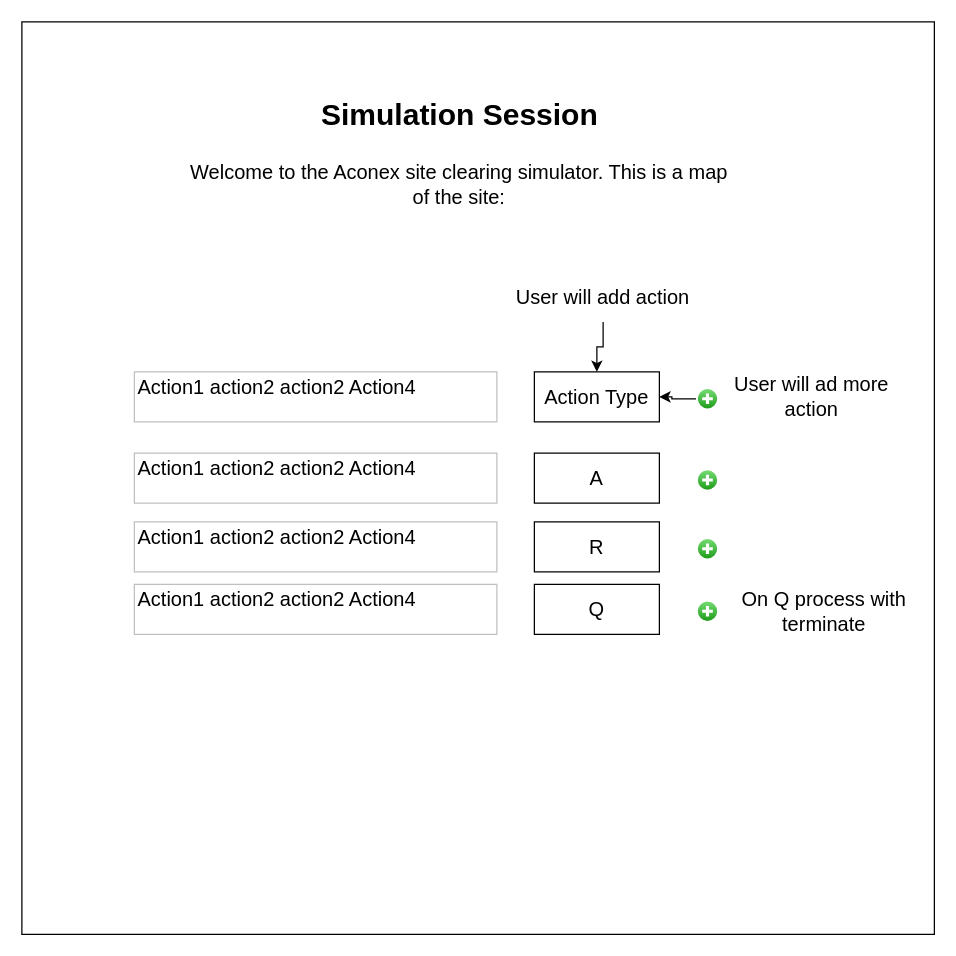
This is page "Main Page-after siteJSON upload" (2 of 2) of Task-1.drawio from amitjs2021/site-simulation, a draw.io file, before an edit. Source tidied: cells renumbered, new cells numbered last; positions are measured from the earlier drawing's top-left corner, leaving out a move shared by most shapes. Both pictures are drawn from the tidied source at 125%, with x=0, y=0 at pixel (21, 21).
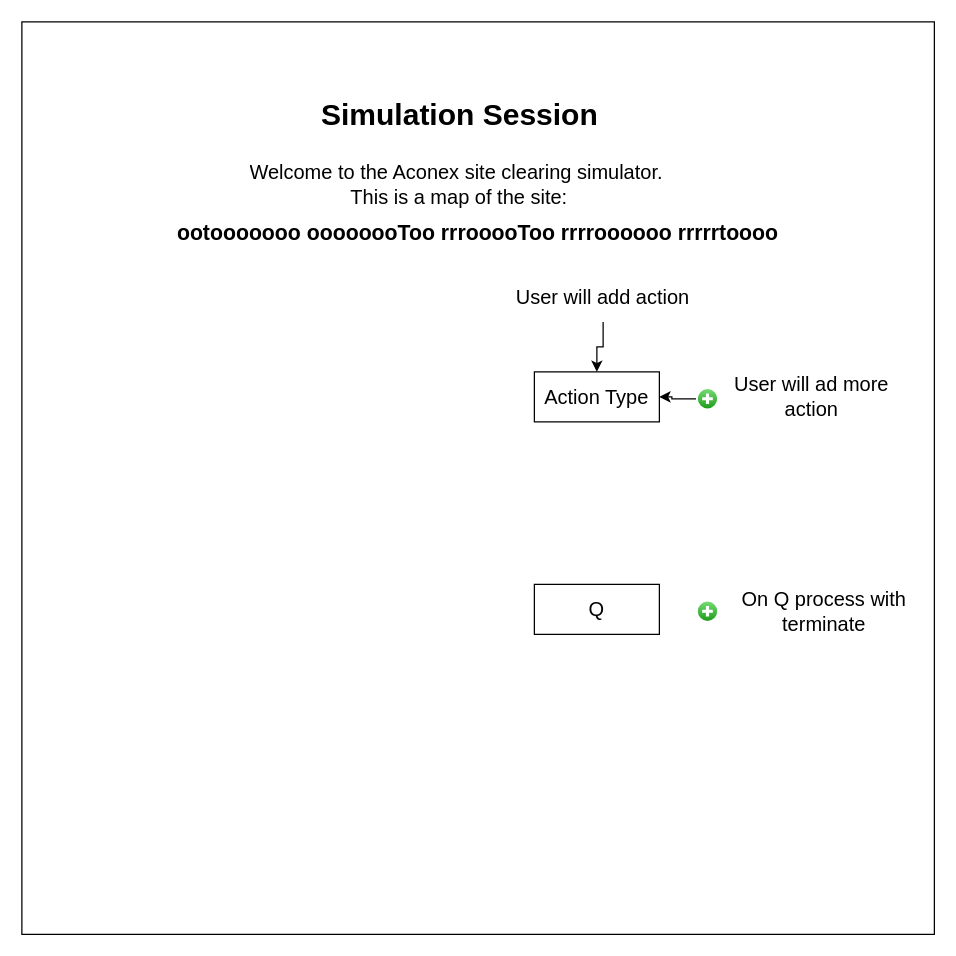
After the change.

Change to the diagram source:
```diff
@@
-    <mxCell id="2" style="whiteSpace=wrap;html=1;" parent="1" vertex="1">
+    <mxCell id="2" value="&lt;h3 class=&quot;iw&quot; style=&quot;overflow: hidden ; display: block ; font-size: 0.75rem ; font-weight: inherit ; margin: inherit ; text-overflow: ellipsis ; font-family: &amp;#34;roboto&amp;#34; , &amp;#34;robotodraft&amp;#34; , &amp;#34;helvetica&amp;#34; , &amp;#34;arial&amp;#34; , sans-serif ; letter-spacing: 0.3px ; color: rgb(95 , 99 , 104) ; line-height: 20px ; font-style: normal ; text-align: left ; text-indent: 0px ; text-transform: none ; word-spacing: 0px ; background-color: rgb(255 , 255 , 255)&quot;&gt;&lt;br&gt;&lt;/h3&gt;" style="whiteSpace=wrap;html=1;" parent="1" vertex="1">
       <mxGeometry width="730" height="730" as="geometry" />
     </mxCell>
@@
-    <mxCell id="4" value="&lt;div style=&quot;font-size: 16px;&quot;&gt;Welcome to the Aconex site clearing simulator. This is a map&lt;/div&gt;&lt;div style=&quot;font-size: 16px;&quot;&gt;of the site:&lt;/div&gt;" style="text;html=1;strokeColor=none;fillColor=none;align=center;verticalAlign=middle;whiteSpace=wrap;overflow=hidden;fontSize=16;" parent="1" vertex="1">
+    <mxCell id="4" value="&lt;div style=&quot;font-size: 16px&quot;&gt;Welcome to the Aconex site clearing simulator.&amp;nbsp;&lt;/div&gt;&lt;div style=&quot;font-size: 16px&quot;&gt;This is a map&amp;nbsp;&lt;span&gt;of the site:&lt;/span&gt;&lt;/div&gt;" style="text;html=1;strokeColor=none;fillColor=none;align=center;verticalAlign=middle;whiteSpace=wrap;overflow=hidden;fontSize=16;" parent="1" vertex="1">
       <mxGeometry x="50" y="100" width="600" height="60" as="geometry" />
     </mxCell>
-    <mxCell id="5" value="&lt;table&gt;&lt;tbody&gt;&lt;tr&gt;&lt;td&gt;Action1&lt;span style=&quot;white-space: pre&quot;&gt; &lt;/span&gt;action2&lt;span style=&quot;white-space: pre&quot;&gt; &lt;/span&gt;action2&lt;span style=&quot;white-space: pre&quot;&gt; &lt;/span&gt;Action4&lt;/td&gt;&lt;td&gt;&lt;br&gt;&lt;/td&gt;&lt;td&gt;&lt;br&gt;&lt;/td&gt;&lt;td&gt;&lt;br&gt;&lt;/td&gt;&lt;/tr&gt;&lt;/tbody&gt;&lt;/table&gt;" style="text;html=1;strokeColor=#c0c0c0;fillColor=none;overflow=fill;fontSize=16;" parent="1" vertex="1">
-      <mxGeometry x="90" y="280" width="290" height="40" as="geometry" />
-    </mxCell>
@@
-    <mxCell id="12" value="&lt;table&gt;&lt;tbody&gt;&lt;tr&gt;&lt;td&gt;Action1&lt;span style=&quot;white-space: pre&quot;&gt; &lt;/span&gt;action2&lt;span style=&quot;white-space: pre&quot;&gt; &lt;/span&gt;action2&lt;span style=&quot;white-space: pre&quot;&gt; &lt;/span&gt;Action4&lt;/td&gt;&lt;td&gt;&lt;br&gt;&lt;/td&gt;&lt;td&gt;&lt;br&gt;&lt;/td&gt;&lt;td&gt;&lt;br&gt;&lt;/td&gt;&lt;/tr&gt;&lt;/tbody&gt;&lt;/table&gt;" style="text;html=1;strokeColor=#c0c0c0;fillColor=none;overflow=fill;fontSize=16;" parent="1" vertex="1">
-      <mxGeometry x="90" y="345" width="290" height="40" as="geometry" />
-    </mxCell>
-    <mxCell id="13" value="A" style="whiteSpace=wrap;html=1;align=center;fontSize=16;" parent="1" vertex="1">
-      <mxGeometry x="410" y="345" width="100" height="40" as="geometry" />
-    </mxCell>
-    <mxCell id="14" style="verticalLabelPosition=bottom;verticalAlign=top;html=1;shadow=0;dashed=0;strokeWidth=1;shape=mxgraph.ios.iAddIcon;fillColor=#7AdF78;fillColor2=#1A9917;strokeColor=#ffffff;fontSize=16;" parent="1" vertex="1">
-      <mxGeometry x="540" y="358" width="17" height="17" as="geometry" />
-    </mxCell>
-    <mxCell id="15" value="&lt;table&gt;&lt;tbody&gt;&lt;tr&gt;&lt;td&gt;Action1&lt;span style=&quot;white-space: pre&quot;&gt; &lt;/span&gt;action2&lt;span style=&quot;white-space: pre&quot;&gt; &lt;/span&gt;action2&lt;span style=&quot;white-space: pre&quot;&gt; &lt;/span&gt;Action4&lt;/td&gt;&lt;td&gt;&lt;br&gt;&lt;/td&gt;&lt;td&gt;&lt;br&gt;&lt;/td&gt;&lt;td&gt;&lt;br&gt;&lt;/td&gt;&lt;/tr&gt;&lt;/tbody&gt;&lt;/table&gt;" style="text;html=1;strokeColor=#c0c0c0;fillColor=none;overflow=fill;fontSize=16;" parent="1" vertex="1">
-      <mxGeometry x="90" y="400" width="290" height="40" as="geometry" />
-    </mxCell>
-    <mxCell id="16" value="R" style="whiteSpace=wrap;html=1;align=center;fontSize=16;" parent="1" vertex="1">
-      <mxGeometry x="410" y="400" width="100" height="40" as="geometry" />
-    </mxCell>
-    <mxCell id="17" style="verticalLabelPosition=bottom;verticalAlign=top;html=1;shadow=0;dashed=0;strokeWidth=1;shape=mxgraph.ios.iAddIcon;fillColor=#7AdF78;fillColor2=#1A9917;strokeColor=#ffffff;fontSize=16;" parent="1" vertex="1">
-      <mxGeometry x="540" y="413" width="17" height="17" as="geometry" />
-    </mxCell>
-    <mxCell id="18" value="&lt;table&gt;&lt;tbody&gt;&lt;tr&gt;&lt;td&gt;Action1&lt;span style=&quot;white-space: pre&quot;&gt; &lt;/span&gt;action2&lt;span style=&quot;white-space: pre&quot;&gt; &lt;/span&gt;action2&lt;span style=&quot;white-space: pre&quot;&gt; &lt;/span&gt;Action4&lt;/td&gt;&lt;td&gt;&lt;br&gt;&lt;/td&gt;&lt;td&gt;&lt;br&gt;&lt;/td&gt;&lt;td&gt;&lt;br&gt;&lt;/td&gt;&lt;/tr&gt;&lt;/tbody&gt;&lt;/table&gt;" style="text;html=1;strokeColor=#c0c0c0;fillColor=none;overflow=fill;fontSize=16;" parent="1" vertex="1">
-      <mxGeometry x="90" y="450" width="290" height="40" as="geometry" />
-    </mxCell>
@@
+    <mxCell id="22" value="ootooooooo oooooooToo rrrooooToo rrrroooooo rrrrrtoooo" style="text;html=1;strokeColor=none;fillColor=none;align=center;verticalAlign=middle;whiteSpace=wrap;rounded=0;fontSize=17;fontStyle=1;" parent="1" vertex="1">
+      <mxGeometry y="160" width="730" height="20" as="geometry" />
+    </mxCell>
```
